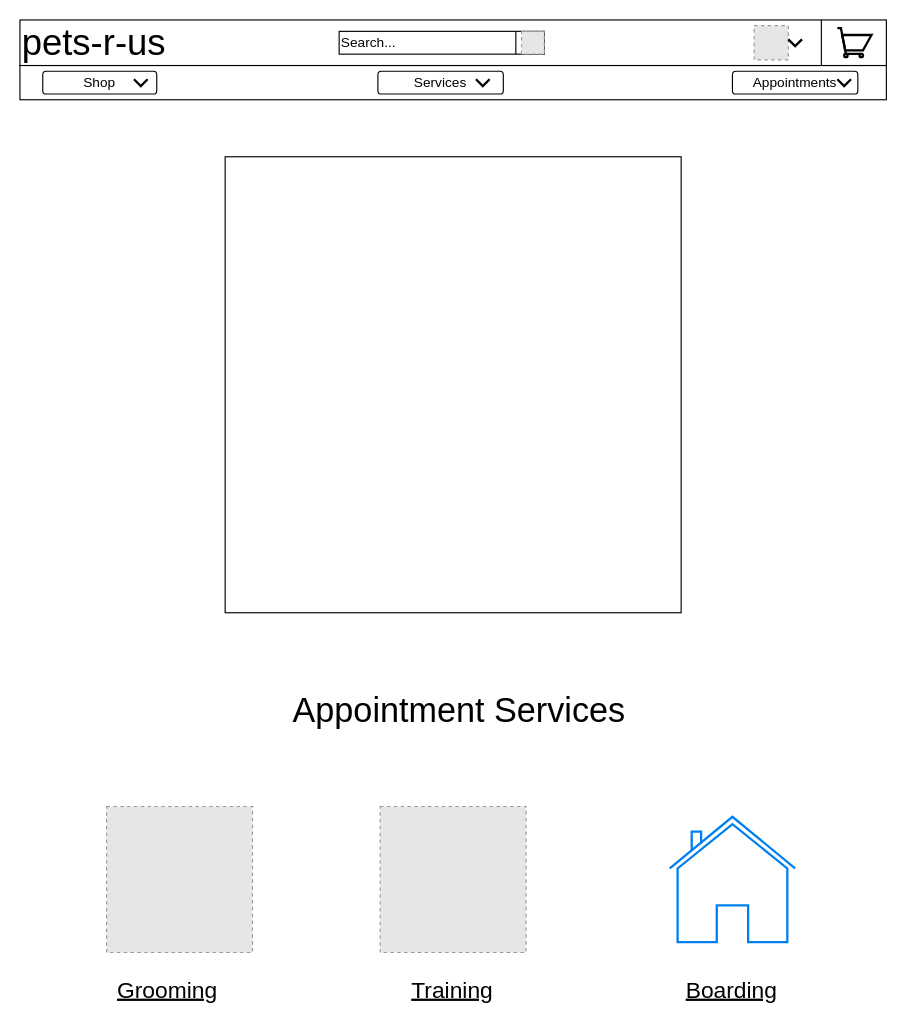
joneskj55/wireframes keeps this draw.io diagram as Wireframe1.drawio. Above is the earlier version. Source tidied: cells renumbered, new cells numbered last; positions are measured from the earlier drawing's top-left corner, leaving out a move shared by most shapes. Both pictures are drawn from the tidied source at 114%, with x=0, y=0 at pixel (19, 19). Pictures stored in the file or linked from it are replaced by grey dashed boxes.
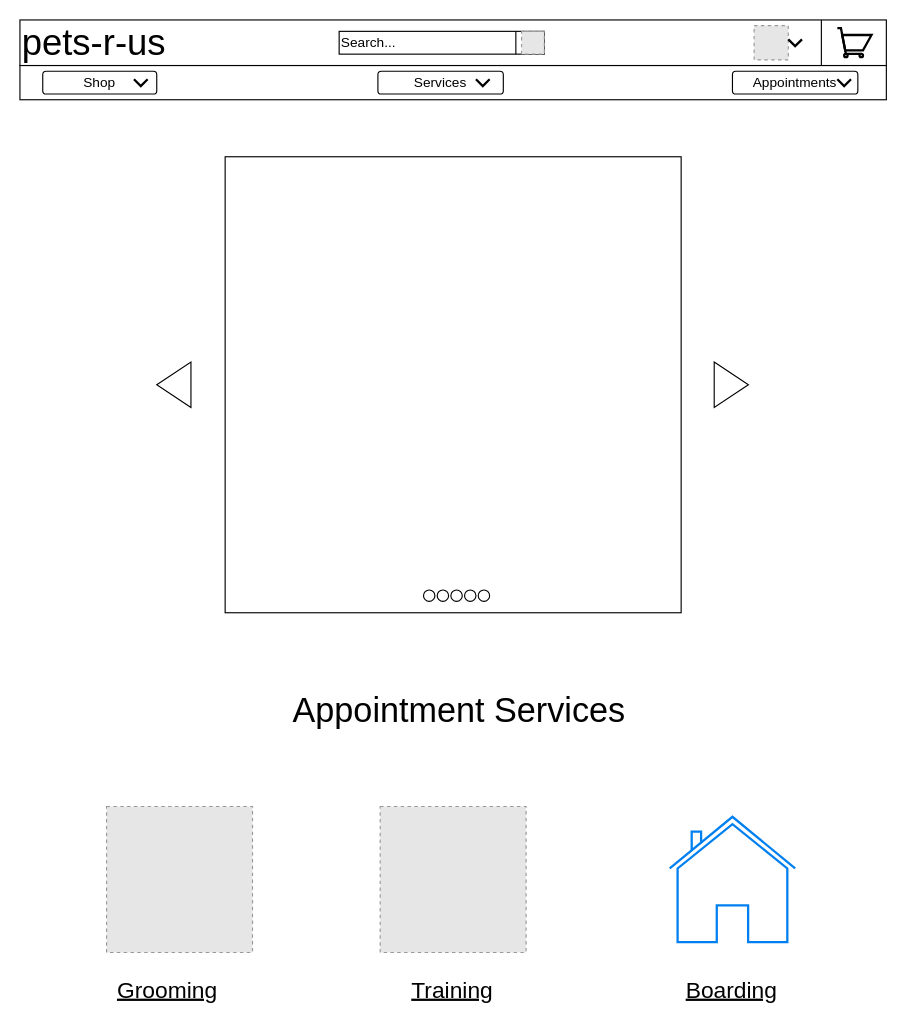
After the change.

Commit message:
initial template complete

Change to the diagram source:
```diff
@@
+    <mxCell id="25" style="triangle;whiteSpace=wrap;html=1;strokeColor=#000000;" parent="1" vertex="1">
+      <mxGeometry x="609" y="300" width="30" height="40" as="geometry" />
+    </mxCell>
+    <mxCell id="26" style="triangle;whiteSpace=wrap;html=1;strokeColor=#000000;direction=west;" parent="1" vertex="1">
+      <mxGeometry x="120" y="300" width="30" height="40" as="geometry" />
+    </mxCell>
+    <mxCell id="27" style="ellipse;whiteSpace=wrap;html=1;strokeColor=#000000;" parent="1" vertex="1">
+      <mxGeometry x="354" y="500" width="10" height="10" as="geometry" />
+    </mxCell>
+    <mxCell id="28" style="ellipse;whiteSpace=wrap;html=1;strokeColor=#000000;" parent="1" vertex="1">
+      <mxGeometry x="366" y="500" width="10" height="10" as="geometry" />
+    </mxCell>
+    <mxCell id="29" style="ellipse;whiteSpace=wrap;html=1;strokeColor=#000000;" parent="1" vertex="1">
+      <mxGeometry x="378" y="500" width="10" height="10" as="geometry" />
+    </mxCell>
+    <mxCell id="30" style="ellipse;whiteSpace=wrap;html=1;strokeColor=#000000;" parent="1" vertex="1">
+      <mxGeometry x="390" y="500" width="10" height="10" as="geometry" />
+    </mxCell>
+    <mxCell id="31" style="ellipse;whiteSpace=wrap;html=1;strokeColor=#000000;" parent="1" vertex="1">
+      <mxGeometry x="402" y="500" width="10" height="10" as="geometry" />
+    </mxCell>
```
